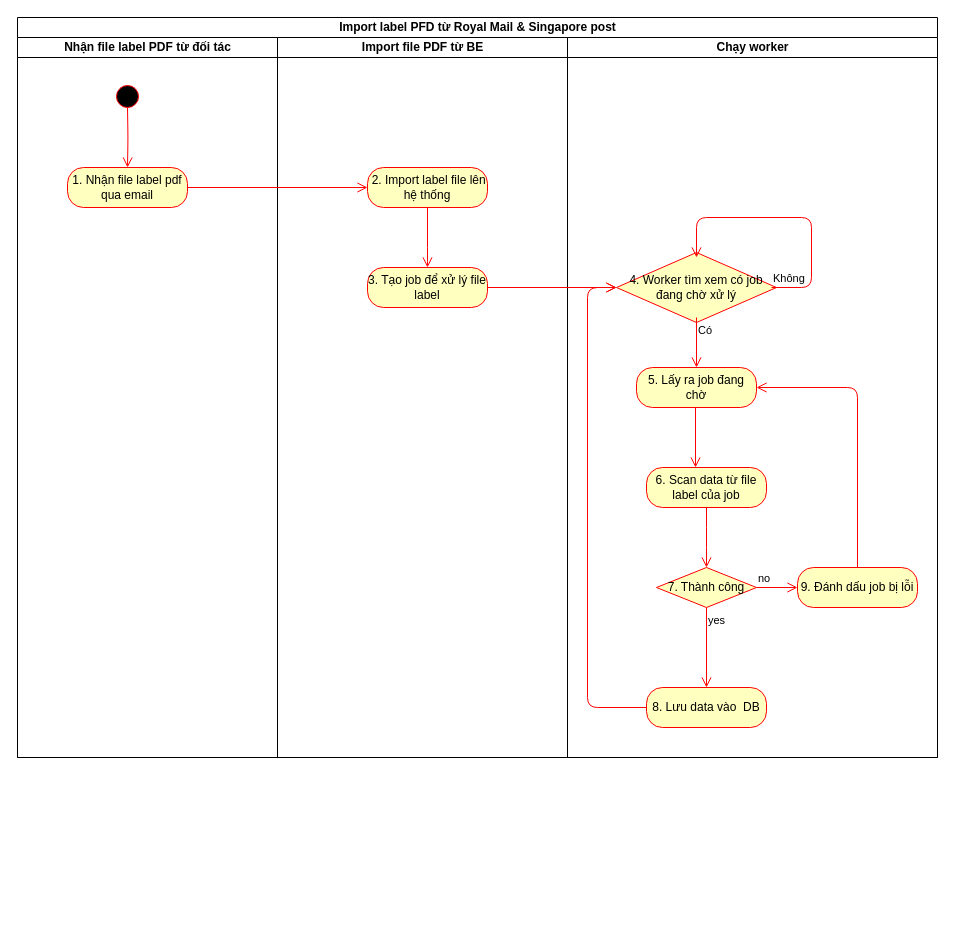
Before: foobla-label-service-diagram.drawio in CurlerRoo/test, a draw.io diagram. Source tidied: cells renumbered, new cells numbered last; positions are measured from the earlier drawing's top-left corner, leaving out a move shared by most shapes. Both pictures are drawn from the tidied source at 100%, with x=0, y=0 at pixel (17, 17).
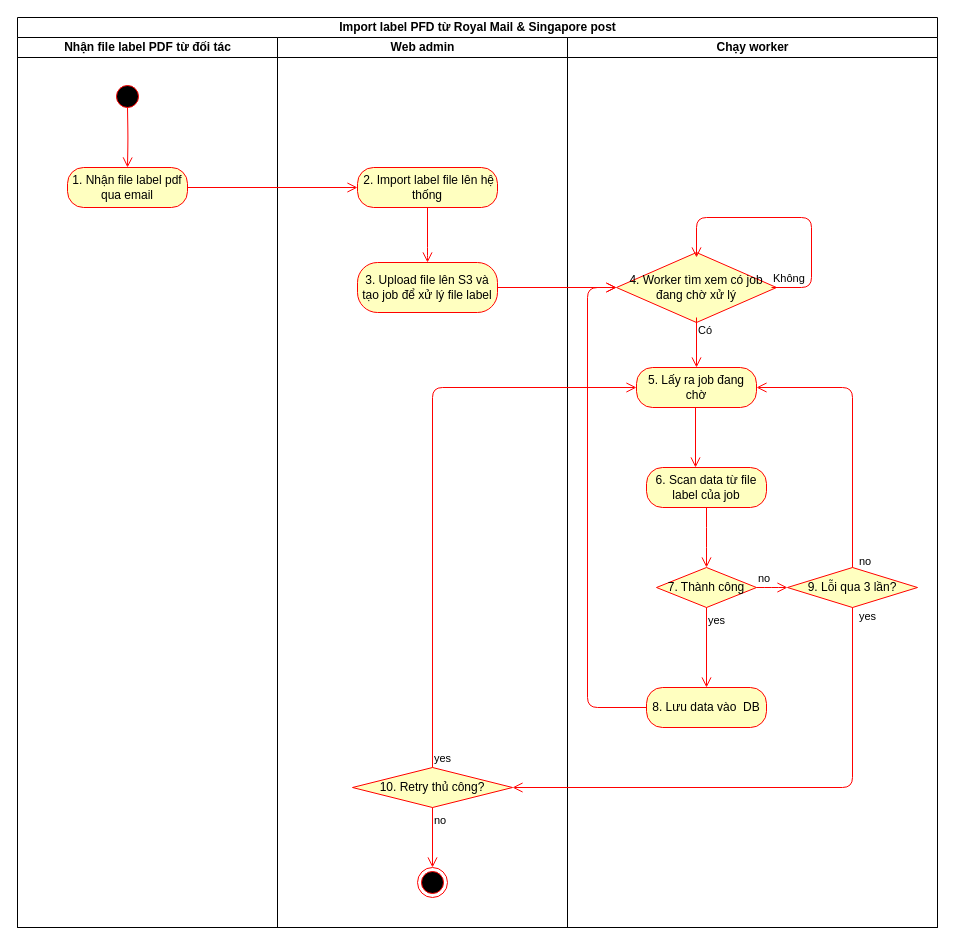
The same page after the edit.

Unchanged cells that the change refers to:
```xml
<mxCell id="15" value="5. Lấy ra job đang chờ" style="rounded=1;whiteSpace=wrap;html=1;arcSize=40;fontColor=#000000;fillColor=#ffffc0;strokeColor=#ff0000;" parent="11" vertex="1">
  <mxGeometry x="69" y="330" width="120" height="40" as="geometry" />
</mxCell>
<mxCell id="19" value="7. Thành công" style="rhombus;whiteSpace=wrap;html=1;fillColor=#ffffc0;strokeColor=#ff0000;" parent="11" vertex="1">
  <mxGeometry x="89" y="530" width="100" height="40" as="geometry" />
</mxCell>
```

Change to the diagram source:
```diff
@@
     <mxCell id="2" value="Import label PFD từ Royal Mail &amp;amp; Singapore post" style="swimlane;html=1;startSize=20;" parent="1" vertex="1">
-      <mxGeometry width="920" height="740" as="geometry" />
+      <mxGeometry width="920" height="910" as="geometry" />
     </mxCell>
     <mxCell id="3" value="Nhận file label PDF từ đối tác" style="swimlane;html=1;startSize=20;" parent="2" vertex="1">
-      <mxGeometry y="20" width="260" height="720" as="geometry" />
+      <mxGeometry y="20" width="260" height="890" as="geometry" />
     </mxCell>
@@
-    <mxCell id="7" value="Import file PDF từ BE" style="swimlane;html=1;startSize=20;" parent="2" vertex="1">
-      <mxGeometry x="260" y="20" width="290" height="720" as="geometry" />
+    <mxCell id="7" value="Web admin" style="swimlane;html=1;startSize=20;" parent="2" vertex="1">
+      <mxGeometry x="260" y="20" width="290" height="890" as="geometry" />
     </mxCell>
     <mxCell id="8" value="&amp;nbsp;2. Import label file lên hệ thống" style="rounded=1;whiteSpace=wrap;html=1;arcSize=40;fontColor=#000000;fillColor=#ffffc0;strokeColor=#ff0000;" parent="7" vertex="1">
-      <mxGeometry x="90" y="130" width="120" height="40" as="geometry" />
+      <mxGeometry x="80" y="130" width="140" height="40" as="geometry" />
     </mxCell>
-    <mxCell id="9" value="3. Tạo job để xử lý file label" style="rounded=1;whiteSpace=wrap;html=1;arcSize=40;fontColor=#000000;fillColor=#ffffc0;strokeColor=#ff0000;" parent="7" vertex="1">
-      <mxGeometry x="90" y="230" width="120" height="40" as="geometry" />
+    <mxCell id="9" value="3. Upload file lên S3 và tạo job để xử lý file label" style="rounded=1;whiteSpace=wrap;html=1;arcSize=40;fontColor=#000000;fillColor=#ffffc0;strokeColor=#ff0000;" parent="7" vertex="1">
+      <mxGeometry x="80" y="225" width="140" height="50" as="geometry" />
     </mxCell>
@@
+    <mxCell id="28" value="10. Retry thủ công?" style="rhombus;whiteSpace=wrap;html=1;fillColor=#ffffc0;strokeColor=#ff0000;" parent="7" vertex="1">
+      <mxGeometry x="75" y="730" width="160" height="40" as="geometry" />
+    </mxCell>
     <mxCell id="11" value="Chạy worker" style="swimlane;html=1;startSize=20;" parent="2" vertex="1">
-      <mxGeometry x="550" y="20" width="370" height="720" as="geometry" />
+      <mxGeometry x="550" y="20" width="370" height="890" as="geometry" />
     </mxCell>
@@
-    <mxCell id="23" value="9. Đánh dấu job bị lỗi" style="rounded=1;whiteSpace=wrap;html=1;arcSize=40;fontColor=#000000;fillColor=#ffffc0;strokeColor=#ff0000;" parent="11" vertex="1">
-      <mxGeometry x="230" y="530" width="120" height="40" as="geometry" />
-    </mxCell>
-    <mxCell id="24" style="edgeStyle=orthogonalEdgeStyle;html=1;verticalAlign=bottom;endArrow=open;endSize=8;strokeColor=#ff0000;entryX=1;entryY=0.5;entryDx=0;entryDy=0;exitX=0.5;exitY=0;exitDx=0;exitDy=0;" parent="11" edge="1" source="23" target="15">
-      <mxGeometry relative="1" as="geometry">
-        <Array as="points">
-          <mxPoint x="290" y="350" />
-        </Array>
-      </mxGeometry>
-    </mxCell>
-    <mxCell id="25" value="no" style="edgeStyle=orthogonalEdgeStyle;html=1;align=left;verticalAlign=bottom;endArrow=open;endSize=8;strokeColor=#ff0000;exitX=1;exitY=0.5;exitDx=0;exitDy=0;entryX=0;entryY=0.5;entryDx=0;entryDy=0;" parent="11" edge="1" source="19" target="23">
-      <mxGeometry x="-1" relative="1" as="geometry" />
+    <mxCell id="25" value="no" style="edgeStyle=orthogonalEdgeStyle;html=1;align=left;verticalAlign=bottom;endArrow=open;endSize=8;strokeColor=#ff0000;exitX=1;exitY=0.5;exitDx=0;exitDy=0;entryX=0;entryY=0.5;entryDx=0;entryDy=0;" parent="11" edge="1" source="19">
+      <mxGeometry x="-1" relative="1" as="geometry">
+        <mxPoint x="220" y="550" as="targetPoint" />
+      </mxGeometry>
     </mxCell>
+    <mxCell id="29" value="9. Lỗi qua 3 lần?" style="rhombus;whiteSpace=wrap;html=1;fillColor=#ffffc0;strokeColor=#ff0000;" parent="11" vertex="1">
+      <mxGeometry x="220" y="530" width="130" height="40" as="geometry" />
+    </mxCell>
+    <mxCell id="30" value="no" style="edgeStyle=orthogonalEdgeStyle;html=1;align=left;verticalAlign=top;endArrow=open;endSize=8;strokeColor=#ff0000;exitX=0.5;exitY=0;exitDx=0;exitDy=0;entryX=1;entryY=0.5;entryDx=0;entryDy=0;" parent="11" edge="1" source="29" target="15">
+      <mxGeometry x="-0.86" y="-5" relative="1" as="geometry" />
+    </mxCell>
@@
+    <mxCell id="31" value="yes" style="edgeStyle=orthogonalEdgeStyle;html=1;align=left;verticalAlign=bottom;endArrow=open;endSize=8;strokeColor=#ff0000;exitX=0.5;exitY=1;exitDx=0;exitDy=0;entryX=1;entryY=0.5;entryDx=0;entryDy=0;" parent="2" edge="1" source="29" target="28">
+      <mxGeometry x="-0.93" y="5" relative="1" as="geometry" />
+    </mxCell>
+    <mxCell id="32" value="yes" style="edgeStyle=orthogonalEdgeStyle;html=1;align=left;verticalAlign=bottom;endArrow=open;endSize=8;strokeColor=#ff0000;exitX=0.5;exitY=0;exitDx=0;exitDy=0;entryX=0;entryY=0.5;entryDx=0;entryDy=0;" parent="2" edge="1" source="28" target="15">
+      <mxGeometry x="-1" relative="1" as="geometry" />
+    </mxCell>
+    <mxCell id="33" style="ellipse;html=1;shape=endState;fillColor=#000000;strokeColor=#ff0000;" parent="1" vertex="1">
+      <mxGeometry x="400" y="850" width="30" height="30" as="geometry" />
+    </mxCell>
+    <mxCell id="34" value="no" style="edgeStyle=orthogonalEdgeStyle;html=1;align=left;verticalAlign=top;endArrow=open;endSize=8;strokeColor=#ff0000;entryX=0.5;entryY=0;entryDx=0;entryDy=0;" parent="1" edge="1" source="28" target="33">
+      <mxGeometry x="-1" relative="1" as="geometry" />
+    </mxCell>
```
